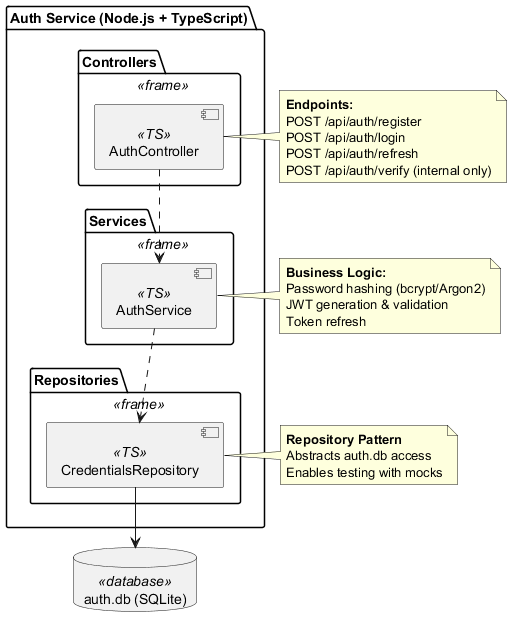
The PlantUML diagram images/level2-auth.png in Arquisoft/yovi_es1c, before a commit.
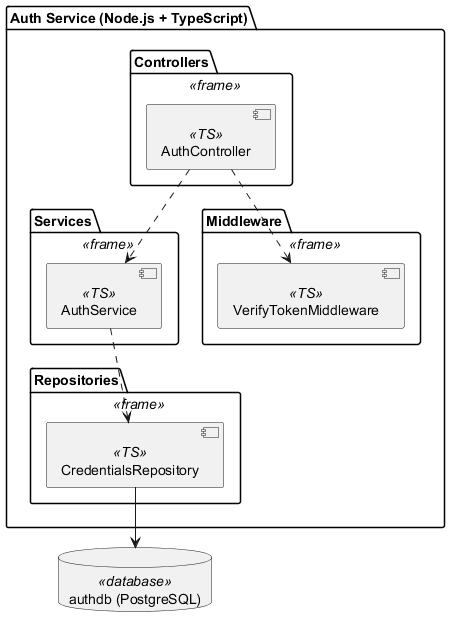
The same diagram one commit later.

Diff of the diagram source:
```diff
@@ -12,33 +12,17 @@
   package "Repositories" <<frame>> {
     component [CredentialsRepository] <<TS>>
   }
+
+  package "Middleware" <<frame>> {
+    component [VerifyTokenMiddleware] <<TS>>
+  }
 }
 
-database "auth.db (SQLite)" as authdb <<database>>
+database "authdb (PostgreSQL)" as authdb <<database>>
 
 [AuthController] ..> [AuthService]
+[AuthController] ..> [VerifyTokenMiddleware]
 [AuthService] ..> [CredentialsRepository]
 [CredentialsRepository] --> authdb
 
-note right of [AuthController]
-  **Endpoints:**
-  POST /api/auth/register
-  POST /api/auth/login
-  POST /api/auth/refresh
-  POST /api/auth/verify (internal only)
-end note
-
-note right of [AuthService]
-  **Business Logic:**
-  Password hashing (bcrypt/Argon2)
-  JWT generation & validation
-  Token refresh
-end note
-
-note right of [CredentialsRepository]
-  **Repository Pattern**
-  Abstracts auth.db access
-  Enables testing with mocks
-end note
-
 @enduml
```
